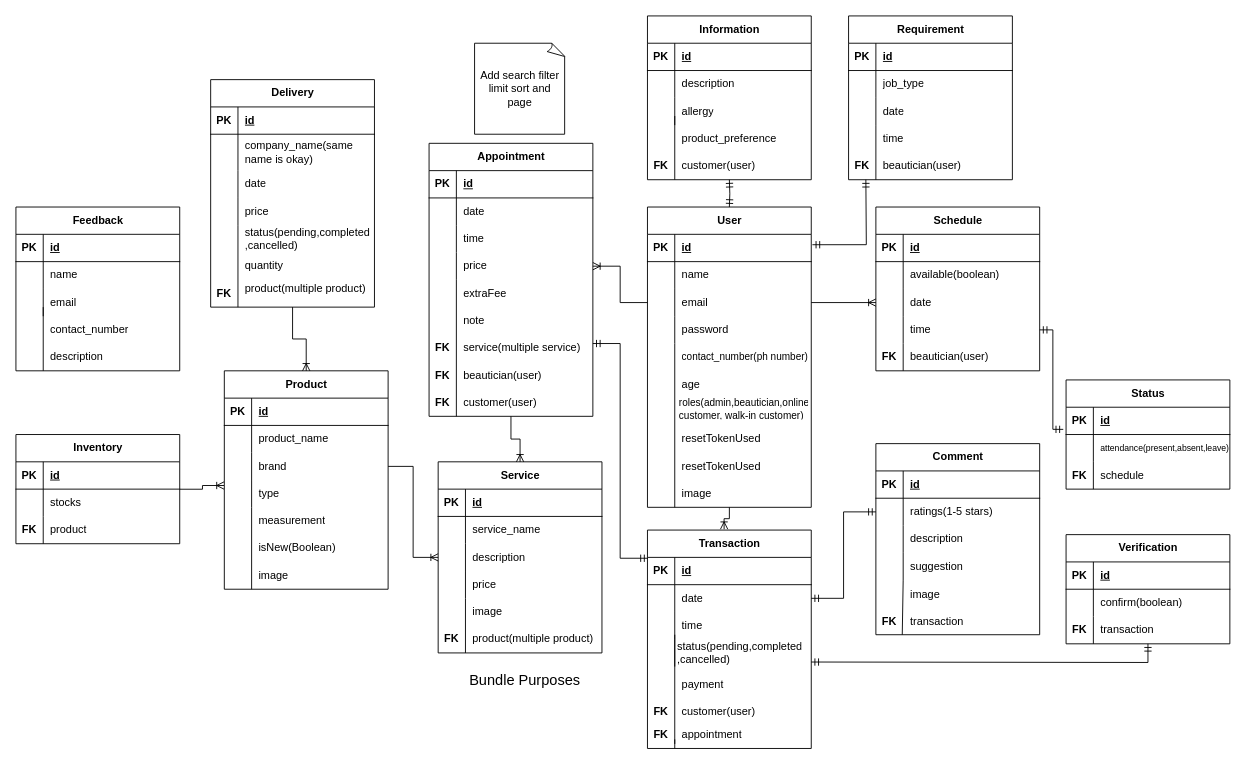
Before: erd/Salon-Erd.drawio in GabTheGreat25/Salon-Api, a draw.io diagram. Source tidied: cells renumbered, new cells numbered last; positions are measured from the earlier drawing's top-left corner, leaving out a move shared by most shapes. Both pictures are drawn from the tidied source at 91%, with x=0, y=0 at pixel (15, 15).
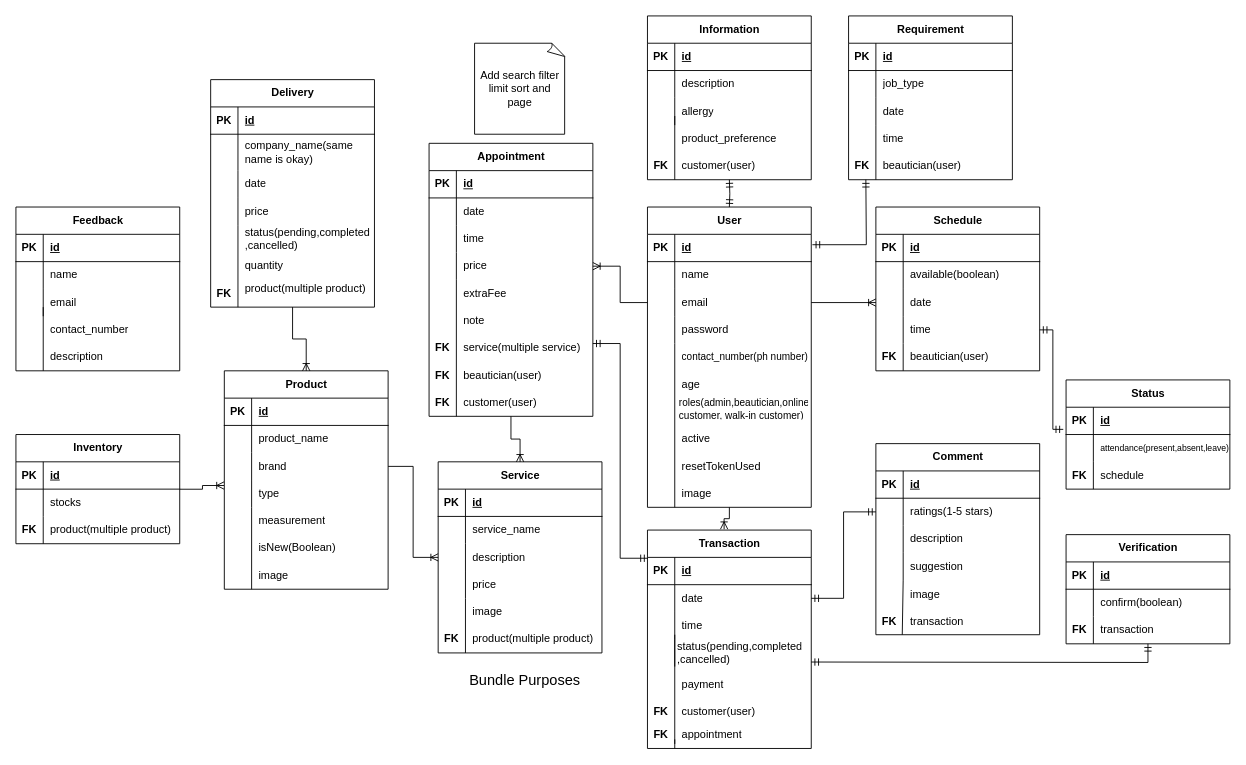
The same diagram, later.

Diff of the diagram source:
```diff
@@
-    <mxCell id="17" value="resetTokenUsed" style="shape=partialRectangle;fillColor=none;top=0;left=0;bottom=0;right=0;align=left;spacingLeft=6;overflow=hidden;whiteSpace=wrap;html=1;" parent="1" vertex="1">
+    <mxCell id="17" value="active" style="shape=partialRectangle;fillColor=none;top=0;left=0;bottom=0;right=0;align=left;spacingLeft=6;overflow=hidden;whiteSpace=wrap;html=1;" parent="1" vertex="1">
       <mxGeometry x="724" y="450" width="150" height="30" as="geometry" />
     </mxCell>
@@
-    <mxCell id="219" value="product" style="shape=partialRectangle;fillColor=none;top=0;left=0;bottom=0;right=0;align=left;spacingLeft=6;overflow=hidden;whiteSpace=wrap;html=1;" parent="1" vertex="1">
+    <mxCell id="219" value="product(multiple product)" style="shape=partialRectangle;fillColor=none;top=0;left=0;bottom=0;right=0;align=left;spacingLeft=6;overflow=hidden;whiteSpace=wrap;html=1;" parent="1" vertex="1">
       <mxGeometry x="30" y="550" width="150" height="30" as="geometry" />
     </mxCell>
```
